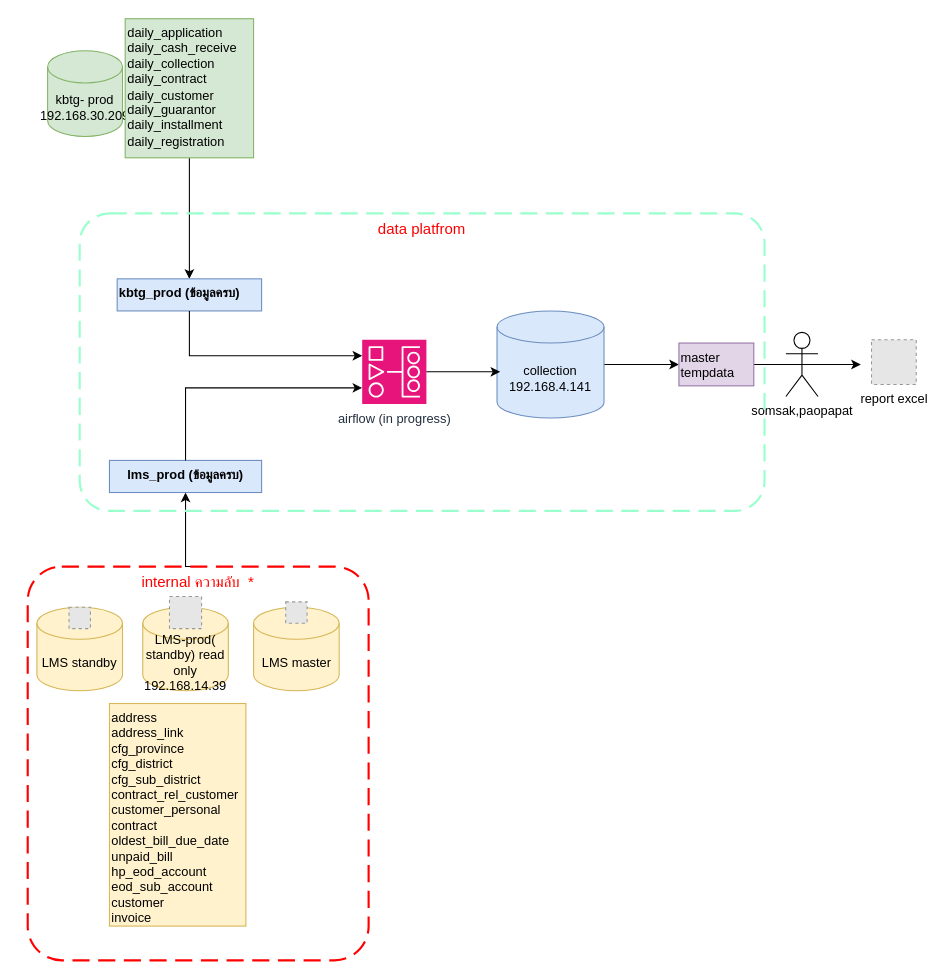
monliepops/drawio keeps this draw.io diagram as share_collection.drawio. Above is the earlier version. Source tidied: cells renumbered, new cells numbered last; positions are measured from the earlier drawing's top-left corner, leaving out a move shared by most shapes. Both pictures are drawn from the tidied source at 107%, with x=0, y=0 at pixel (27, 18). Pictures stored in the file or linked from it are replaced by grey dashed boxes.
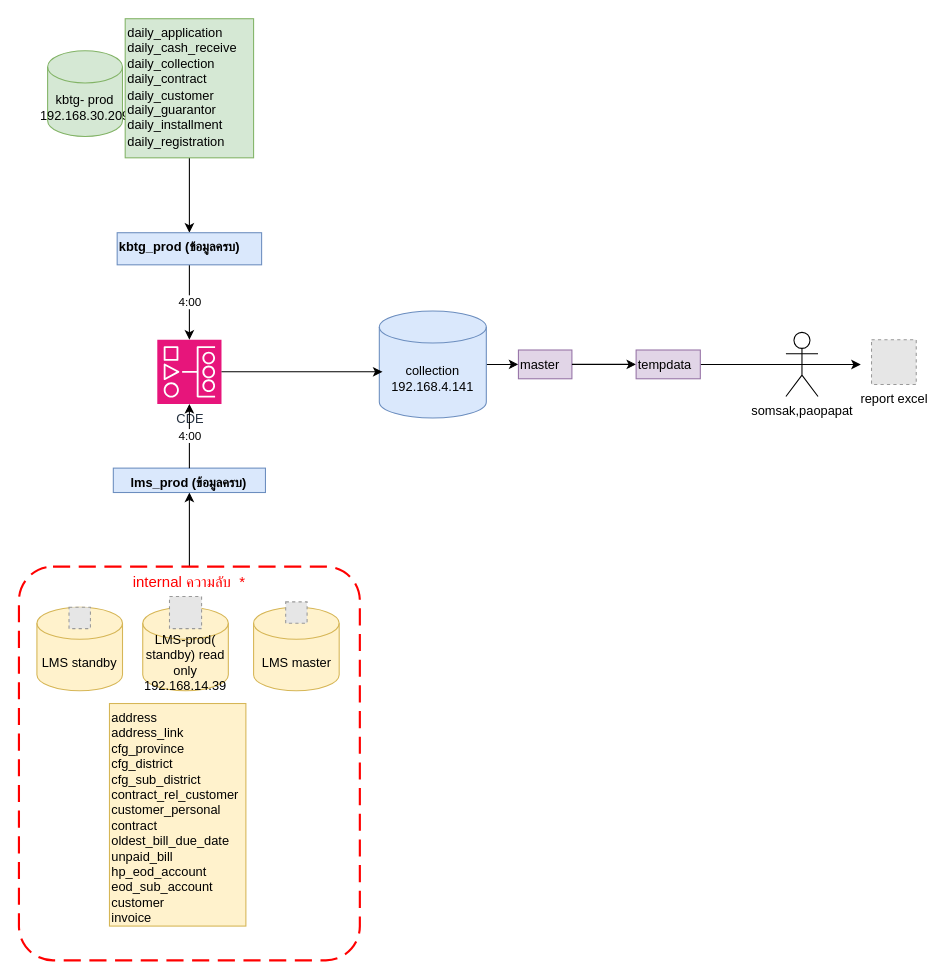
The same diagram, later.

The edit, as a diff of the source:
```diff
@@
-    <mxCell id="2" style="edgeStyle=orthogonalEdgeStyle;rounded=0;jettySize=auto;html=1;exitX=0.5;exitY=0;exitDx=0;exitDy=0;entryX=0.5;entryY=1;entryDx=0;entryDy=0;" parent="1" edge="1" source="3" target="17">
-      <mxGeometry relative="1" as="geometry">
-        <Array as="points">
-          <mxPoint x="148" y="512" />
-        </Array>
-      </mxGeometry>
+    <mxCell id="2" style="edgeStyle=orthogonalEdgeStyle;rounded=0;jettySize=auto;html=1;entryX=0.5;entryY=1;entryDx=0;entryDy=0;" parent="1" edge="1" source="3" target="17">
+      <mxGeometry relative="1" as="geometry" />
     </mxCell>
     <mxCell id="3" value="internal ความลับ  *" style="rounded=1;arcSize=10;dashed=1;strokeColor=#ff0000;fillColor=none;gradientColor=none;dashPattern=8 4;strokeWidth=2;textShadow=0;align=center;glass=0;fontColor=#FF0000;verticalAlign=top;fontSize=14;" parent="1" vertex="1">
-      <mxGeometry x="0.4" y="512" width="318.6" height="368" as="geometry" />
+      <mxGeometry x="-7.8" y="512" width="318.6" height="368" as="geometry" />
     </mxCell>
@@
     <mxCell id="6" value="collection 192.168.4.141" style="shape=cylinder3;whiteSpace=wrap;html=1;boundedLbl=1;backgroundOutline=1;size=15;fillColor=#dae8fc;strokeColor=#6c8ebf;" parent="1" vertex="1">
-      <mxGeometry x="439" y="273.1" width="100" height="100" as="geometry" />
+      <mxGeometry x="329" y="273.1" width="100" height="100" as="geometry" />
     </mxCell>
@@
-    <mxCell id="11" style="edgeStyle=orthogonalEdgeStyle;rounded=0;jettySize=auto;html=1;" parent="1" edge="1" source="12">
+    <mxCell id="11" style="edgeStyle=orthogonalEdgeStyle;rounded=0;jettySize=auto;html=1;" parent="1" edge="1" source="28">
       <mxGeometry relative="1" as="geometry">
         <mxPoint x="779" y="323.1" as="targetPoint" />
       </mxGeometry>
     </mxCell>
-    <mxCell id="12" value="master&#10;tempdata" style="text;whiteSpace=wrap;fillColor=#e1d5e7;strokeColor=#9673a6;" parent="1" vertex="1">
-      <mxGeometry x="609" y="303.1" width="70" height="40" as="geometry" />
+    <mxCell id="12" value="master" style="text;whiteSpace=wrap;fillColor=#e1d5e7;strokeColor=#9673a6;" parent="1" vertex="1">
+      <mxGeometry x="459" y="309.6" width="50" height="26.9" as="geometry" />
     </mxCell>
@@
     <mxCell id="17" value="lms_prod (ข้อมูลครบ)&#10;&#10;" style="text;whiteSpace=wrap;fontStyle=1;labelBorderColor=none;textShadow=0;labelBackgroundColor=none;rounded=0;strokeColor=#6c8ebf;fillColor=#dae8fc;align=center;" parent="1" vertex="1">
-      <mxGeometry x="76.8" y="412.8" width="142.2" height="30" as="geometry" />
+      <mxGeometry x="80.4" y="420" width="142.2" height="22.8" as="geometry" />
     </mxCell>
@@
-    <mxCell id="20" value="data platfrom" style="rounded=1;arcSize=10;dashed=1;strokeColor=#99FFCC;fillColor=none;gradientColor=none;dashPattern=8 4;strokeWidth=2;textShadow=0;align=center;glass=0;fontColor=#FF0000;verticalAlign=top;fontSize=14;" parent="1" vertex="1">
-      <mxGeometry x="49" y="181.9" width="640" height="278.1" as="geometry" />
-    </mxCell>
-    <mxCell id="21" value="airflow (in progress)" style="sketch=0;points=[[0,0,0],[0.25,0,0],[0.5,0,0],[0.75,0,0],[1,0,0],[0,1,0],[0.25,1,0],[0.5,1,0],[0.75,1,0],[1,1,0],[0,0.25,0],[0,0.5,0],[0,0.75,0],[1,0.25,0],[1,0.5,0],[1,0.75,0]];outlineConnect=0;fontColor=#232F3E;fillColor=#E7157B;strokeColor=#ffffff;dashed=0;verticalLabelPosition=bottom;verticalAlign=top;align=center;html=1;fontSize=12;fontStyle=0;shape=mxgraph.aws4.resourceIcon;resIcon=mxgraph.aws4.managed_workflows_for_apache_airflow;" parent="1" vertex="1">
-      <mxGeometry x="313" y="300" width="60" height="60" as="geometry" />
+    <mxCell id="21" value="CDE" style="sketch=0;points=[[0,0,0],[0.25,0,0],[0.5,0,0],[0.75,0,0],[1,0,0],[0,1,0],[0.25,1,0],[0.5,1,0],[0.75,1,0],[1,1,0],[0,0.25,0],[0,0.5,0],[0,0.75,0],[1,0.25,0],[1,0.5,0],[1,0.75,0]];outlineConnect=0;fontColor=#232F3E;fillColor=#E7157B;strokeColor=#ffffff;dashed=0;verticalLabelPosition=bottom;verticalAlign=top;align=center;html=1;fontSize=12;fontStyle=0;shape=mxgraph.aws4.resourceIcon;resIcon=mxgraph.aws4.managed_workflows_for_apache_airflow;" parent="1" vertex="1">
+      <mxGeometry x="121.5" y="300" width="60" height="60" as="geometry" />
     </mxCell>
+    <mxCell id="23" value="4:00" style="edgeStyle=orthogonalEdgeStyle;rounded=0;jettySize=auto;html=1;" parent="1" edge="1" source="22" target="21">
+      <mxGeometry relative="1" as="geometry" />
+    </mxCell>
     <mxCell id="22" value="kbtg_prod (ข้อมูลครบ)&#10;&#10;" style="text;whiteSpace=wrap;fontStyle=1;labelBorderColor=none;textShadow=0;labelBackgroundColor=none;rounded=0;strokeColor=#6c8ebf;fillColor=#dae8fc;" parent="1" vertex="1">
-      <mxGeometry x="84" y="243.1" width="135" height="30" as="geometry" />
+      <mxGeometry x="84" y="200" width="135" height="30" as="geometry" />
     </mxCell>
-    <mxCell id="23" style="edgeStyle=orthogonalEdgeStyle;rounded=0;jettySize=auto;html=1;exitX=0.5;exitY=1;exitDx=0;exitDy=0;entryX=0;entryY=0.25;entryDx=0;entryDy=0;entryPerimeter=0;" parent="1" edge="1" source="22" target="21">
-      <mxGeometry relative="1" as="geometry" />
-    </mxCell>
-    <mxCell id="24" style="edgeStyle=orthogonalEdgeStyle;rounded=0;jettySize=auto;html=1;entryX=0;entryY=0.75;entryDx=0;entryDy=0;entryPerimeter=0;" parent="1" edge="1" source="17" target="21">
-      <mxGeometry relative="1" as="geometry">
-        <Array as="points">
-          <mxPoint x="148" y="345" />
-        </Array>
-      </mxGeometry>
-    </mxCell>
@@
+    <mxCell id="24" value="4:00" style="edgeStyle=orthogonalEdgeStyle;rounded=0;jettySize=auto;html=1;exitX=0.5;exitY=0;exitDx=0;exitDy=0;entryX=0.5;entryY=1;entryDx=0;entryDy=0;entryPerimeter=0;" parent="1" edge="1" source="17" target="21">
+      <mxGeometry relative="1" as="geometry" />
+    </mxCell>
+    <mxCell id="27" style="edgeStyle=orthogonalEdgeStyle;rounded=0;jettySize=auto;html=1;" parent="1" edge="1" source="12" target="28">
+      <mxGeometry relative="1" as="geometry" />
+    </mxCell>
+    <mxCell id="28" value="tempdata" style="text;whiteSpace=wrap;fillColor=#e1d5e7;strokeColor=#9673a6;" parent="1" vertex="1">
+      <mxGeometry x="569" y="309.6" width="60" height="26.9" as="geometry" />
+    </mxCell>
```
